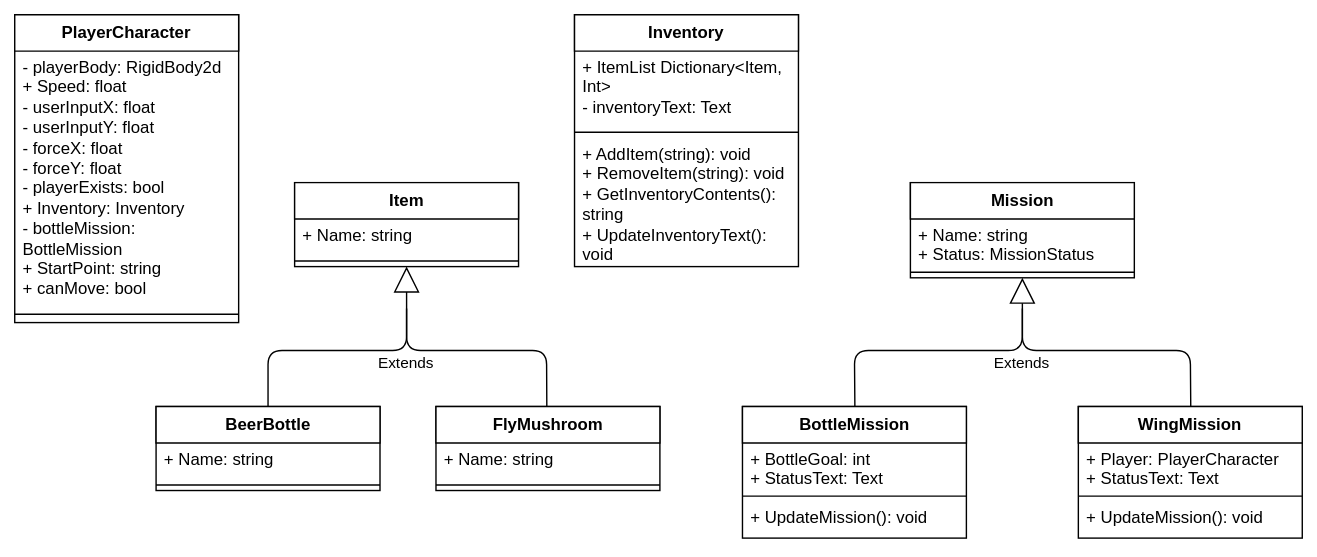
Earlier version of the draw.io export img/class-diagram.svg (schalox/GameWebsite). Source tidied: cells renumbered, new cells last; positions are measured from the earlier drawing's top-left corner, leaving out a move shared by most shapes.
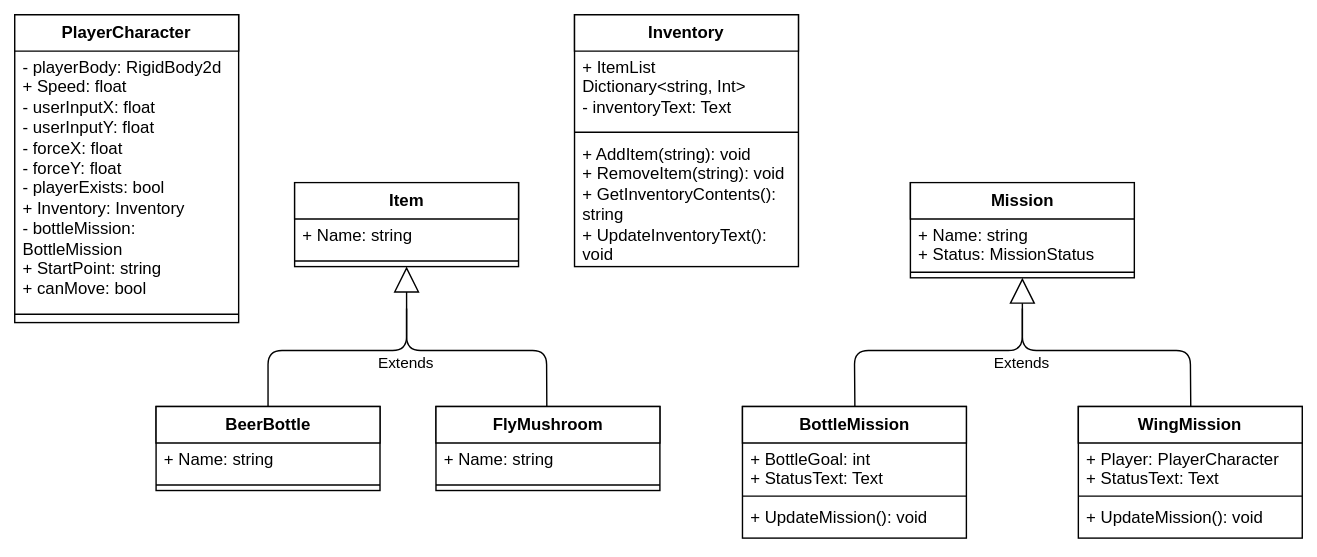
After the commit.

Commit message:
Fix typo in the class diagram

Change to the diagram source:
```diff
@@ -33,7 +33,7 @@
     <mxCell id="9" value="Inventory" style="swimlane;html=1;fontStyle=1;align=center;verticalAlign=top;horizontal=1;startSize=26;swimlaneFillColor=#ffffff;" parent="1" vertex="1">
       <mxGeometry x="400" width="160" height="180" as="geometry" />
     </mxCell>
-    <mxCell id="10" value="+ ItemList Dictionary&amp;lt;Item, Int&amp;gt;&lt;br&gt;- inventoryText: Text" style="text;html=1;strokeColor=none;fillColor=none;align=left;verticalAlign=top;spacingLeft=4;spacingRight=4;whiteSpace=wrap;overflow=hidden;" parent="9" vertex="1">
+    <mxCell id="10" value="+ ItemList Dictionary&amp;lt;string, Int&amp;gt;&lt;br&gt;- inventoryText: Text" style="text;html=1;strokeColor=none;fillColor=none;align=left;verticalAlign=top;spacingLeft=4;spacingRight=4;whiteSpace=wrap;overflow=hidden;" parent="9" vertex="1">
       <mxGeometry y="26" width="160" height="54" as="geometry" />
     </mxCell>
     <mxCell id="11" style="line;html=1;strokeWidth=1;fillColor=none;align=left;verticalAlign=middle;spacingTop=-1;spacingLeft=3;spacingRight=3;labelPosition=right;" parent="9" vertex="1">
```
